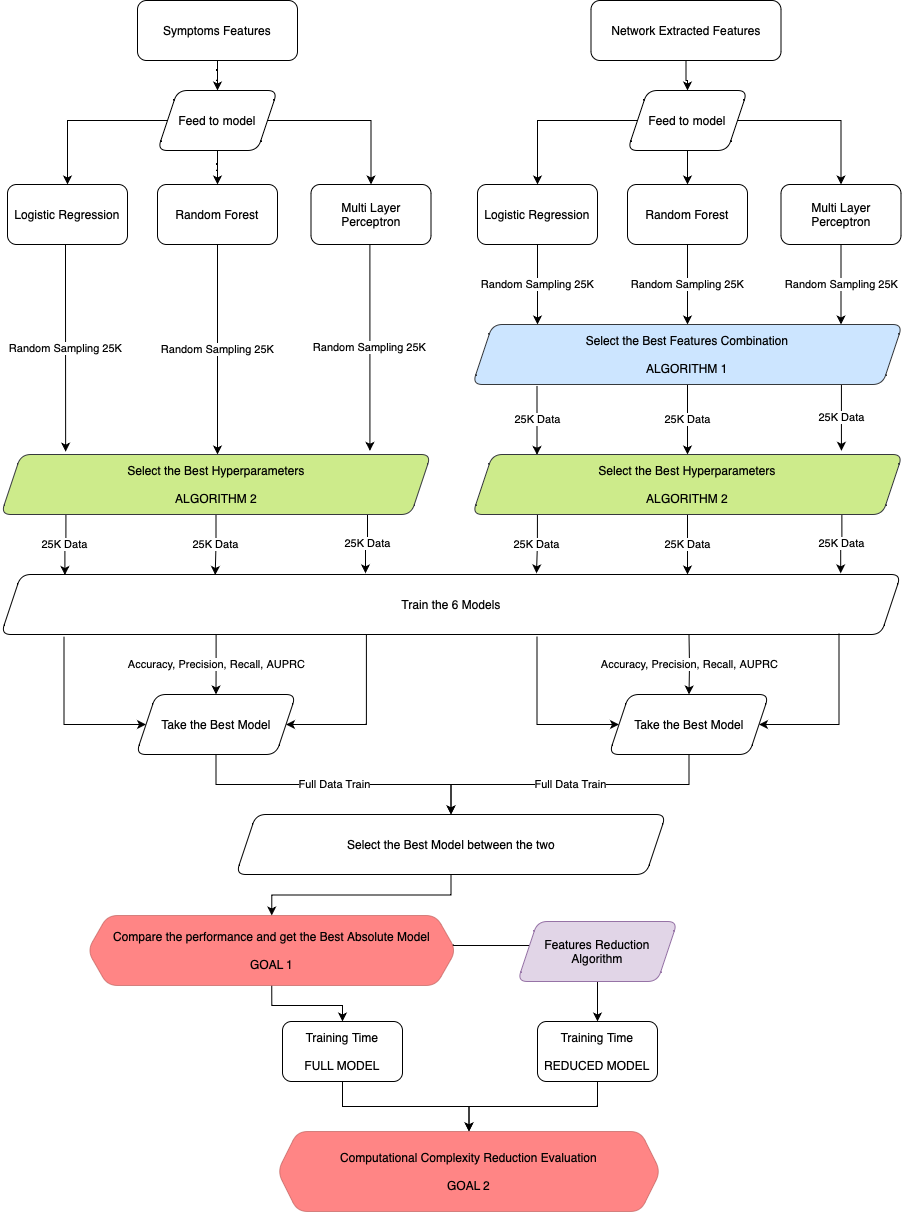
Before: report/images/operational_flow.png, a diagram exported from draw.io (DavideLigari/disease-prediction). Source tidied: cells renumbered, new cells last; positions are measured from the earlier drawing's top-left corner, leaving out a move shared by most shapes.
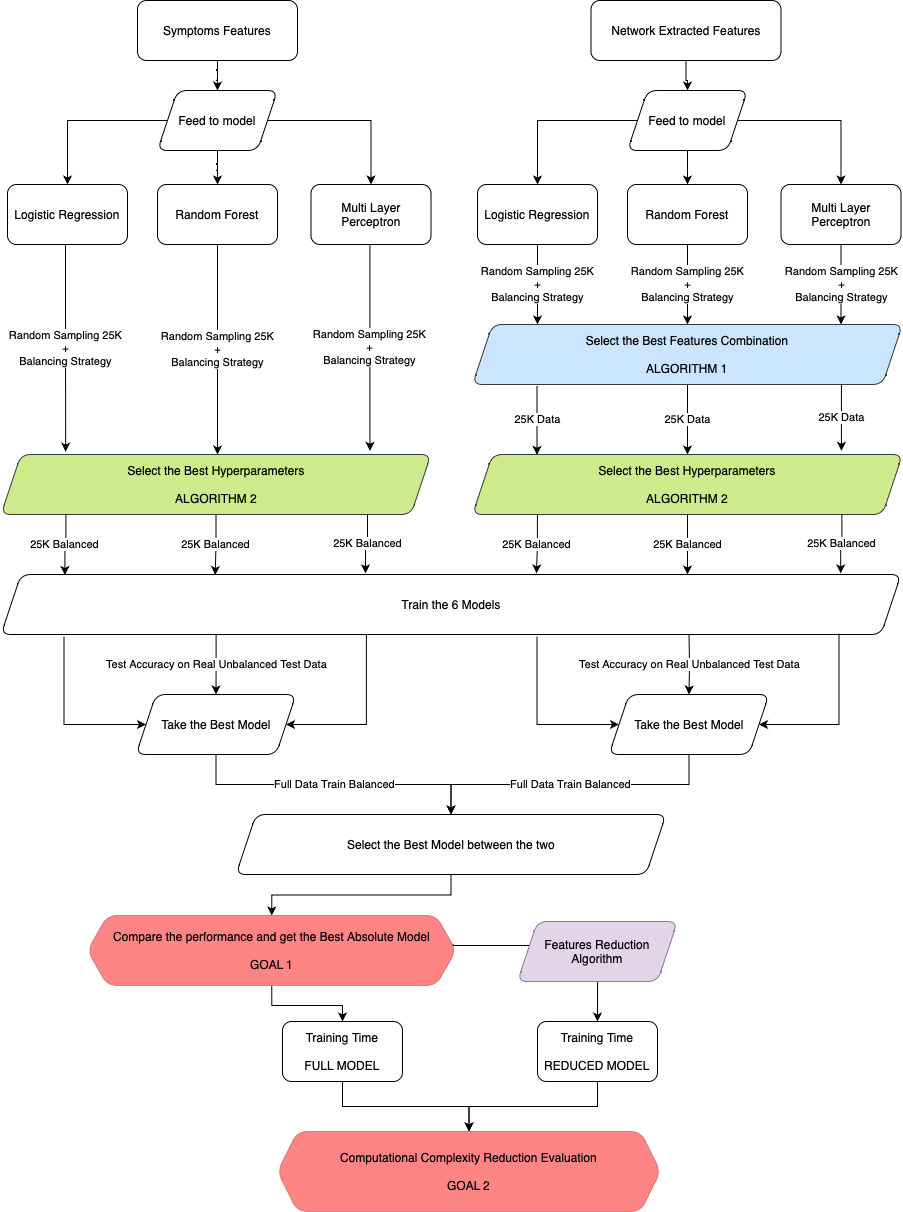
The same file after the commit.

Commit message:
updated operational flow

Diff of the diagram source:
```diff
@@ -52,7 +52,7 @@
     <mxCell id="16" value="Feed to model" style="shape=parallelogram;perimeter=parallelogramPerimeter;whiteSpace=wrap;html=1;fixedSize=1;rounded=1;" parent="1" vertex="1">
       <mxGeometry x="626" y="90" width="120" height="60" as="geometry" />
     </mxCell>
-    <mxCell id="17" value="Random Sampling 25K" style="edgeStyle=orthogonalEdgeStyle;rounded=0;jettySize=auto;html=1;" parent="1" edge="1" source="18" target="26">
+    <mxCell id="17" value="Random Sampling 25K&lt;br style=&quot;border-color: var(--border-color);&quot;&gt;+&lt;br style=&quot;border-color: var(--border-color);&quot;&gt;Balancing Strategy" style="edgeStyle=orthogonalEdgeStyle;rounded=0;jettySize=auto;html=1;" parent="1" edge="1" source="18" target="26">
       <mxGeometry relative="1" as="geometry">
         <Array as="points">
           <mxPoint x="536" y="294" />
@@ -63,13 +63,13 @@
     <mxCell id="18" value="Logistic Regression" style="rounded=1;whiteSpace=wrap;html=1;" parent="1" vertex="1">
       <mxGeometry x="476" y="184" width="120" height="60" as="geometry" />
     </mxCell>
-    <mxCell id="19" value="&lt;span style=&quot;caret-color: rgb(0, 0, 0); color: rgb(0, 0, 0); font-family: Helvetica; font-size: 11px; font-style: normal; font-variant-caps: normal; font-weight: 400; letter-spacing: normal; text-align: center; text-indent: 0px; text-transform: none; word-spacing: 0px; -webkit-text-stroke-width: 0px; background-color: rgb(255, 255, 255); text-decoration: none; float: none; display: inline !important;&quot;&gt;Random Sampling 25K&lt;/span&gt;" style="edgeStyle=orthogonalEdgeStyle;rounded=0;jettySize=auto;html=1;" parent="1" edge="1" source="20" target="26">
+    <mxCell id="19" value="Random Sampling 25K&lt;br style=&quot;border-color: var(--border-color);&quot;&gt;+&lt;br style=&quot;border-color: var(--border-color);&quot;&gt;Balancing Strategy" style="edgeStyle=orthogonalEdgeStyle;rounded=0;jettySize=auto;html=1;" parent="1" edge="1" source="20" target="26">
       <mxGeometry relative="1" as="geometry" />
     </mxCell>
     <mxCell id="20" value="Random Forest" style="rounded=1;whiteSpace=wrap;html=1;" parent="1" vertex="1">
       <mxGeometry x="626" y="184" width="120" height="60" as="geometry" />
     </mxCell>
-    <mxCell id="21" value="&lt;span style=&quot;caret-color: rgb(0, 0, 0); color: rgb(0, 0, 0); font-family: Helvetica; font-size: 11px; font-style: normal; font-variant-caps: normal; font-weight: 400; letter-spacing: normal; text-align: center; text-indent: 0px; text-transform: none; word-spacing: 0px; -webkit-text-stroke-width: 0px; background-color: rgb(255, 255, 255); text-decoration: none; float: none; display: inline !important;&quot;&gt;Random Sampling 25K&lt;/span&gt;" style="edgeStyle=orthogonalEdgeStyle;rounded=0;jettySize=auto;html=1;" parent="1" edge="1" source="22" target="26">
+    <mxCell id="21" value="Random Sampling 25K&lt;br style=&quot;border-color: var(--border-color);&quot;&gt;+&lt;br style=&quot;border-color: var(--border-color);&quot;&gt;Balancing Strategy" style="edgeStyle=orthogonalEdgeStyle;rounded=0;jettySize=auto;html=1;" parent="1" edge="1" source="22" target="26">
       <mxGeometry relative="1" as="geometry">
         <Array as="points">
           <mxPoint x="840" y="304" />
@@ -99,7 +99,7 @@
     <mxCell id="26" value="Select the Best Features Combination&lt;br&gt;&lt;br&gt;ALGORITHM 1" style="shape=parallelogram;perimeter=parallelogramPerimeter;whiteSpace=wrap;html=1;fixedSize=1;rounded=1;fillColor=#cce5ff;strokeColor=#36393d;" parent="1" vertex="1">
       <mxGeometry x="471" y="324" width="430" height="60" as="geometry" />
     </mxCell>
-    <mxCell id="27" value="25K Data" style="edgeStyle=orthogonalEdgeStyle;rounded=0;jettySize=auto;html=1;" parent="1" edge="1" source="30" target="41">
+    <mxCell id="27" value="25K Balanced" style="edgeStyle=orthogonalEdgeStyle;rounded=0;jettySize=auto;html=1;" parent="1" edge="1" source="30" target="41">
       <mxGeometry relative="1" as="geometry">
         <Array as="points">
           <mxPoint x="686" y="564" />
@@ -107,16 +107,16 @@
         </Array>
       </mxGeometry>
     </mxCell>
-    <mxCell id="28" value="25K Data" style="edgeStyle=orthogonalEdgeStyle;rounded=0;jettySize=auto;html=1;entryX=0.595;entryY=-0.019;entryDx=0;entryDy=0;entryPerimeter=0;exitX=0.151;exitY=1.008;exitDx=0;exitDy=0;exitPerimeter=0;" parent="1" edge="1" source="30" target="41">
+    <mxCell id="28" value="25K Balanced" style="edgeStyle=orthogonalEdgeStyle;rounded=0;jettySize=auto;html=1;entryX=0.595;entryY=-0.019;entryDx=0;entryDy=0;entryPerimeter=0;exitX=0.151;exitY=1.008;exitDx=0;exitDy=0;exitPerimeter=0;" parent="1" edge="1" source="30" target="41">
       <mxGeometry relative="1" as="geometry" />
     </mxCell>
-    <mxCell id="29" value="25K Data" style="edgeStyle=orthogonalEdgeStyle;rounded=0;jettySize=auto;html=1;entryX=0.933;entryY=-0.019;entryDx=0;entryDy=0;entryPerimeter=0;exitX=0.859;exitY=0.988;exitDx=0;exitDy=0;exitPerimeter=0;" parent="1" edge="1" source="30" target="41">
+    <mxCell id="29" value="25K Balanced" style="edgeStyle=orthogonalEdgeStyle;rounded=0;jettySize=auto;html=1;entryX=0.933;entryY=-0.019;entryDx=0;entryDy=0;entryPerimeter=0;exitX=0.859;exitY=0.988;exitDx=0;exitDy=0;exitPerimeter=0;" parent="1" edge="1" source="30" target="41">
       <mxGeometry relative="1" as="geometry" />
     </mxCell>
     <mxCell id="30" value="Select the Best Hyperparameters&lt;br&gt;&lt;br&gt;ALGORITHM 2" style="shape=parallelogram;perimeter=parallelogramPerimeter;whiteSpace=wrap;html=1;fixedSize=1;rounded=1;fillColor=#cdeb8b;strokeColor=#36393d;" parent="1" vertex="1">
       <mxGeometry x="471" y="454" width="430" height="60" as="geometry" />
     </mxCell>
-    <mxCell id="31" value="&lt;span style=&quot;caret-color: rgb(0, 0, 0); color: rgb(0, 0, 0); font-family: Helvetica; font-size: 11px; font-style: normal; font-variant-caps: normal; font-weight: 400; letter-spacing: normal; text-align: center; text-indent: 0px; text-transform: none; word-spacing: 0px; -webkit-text-stroke-width: 0px; background-color: rgb(255, 255, 255); text-decoration: none; float: none; display: inline !important;&quot;&gt;Random Sampling 25K&lt;/span&gt;" style="edgeStyle=orthogonalEdgeStyle;rounded=0;jettySize=auto;html=1;exitX=0.5;exitY=1;exitDx=0;exitDy=0;" parent="1" edge="1" source="11" target="37">
+    <mxCell id="31" value="Random Sampling 25K&lt;br style=&quot;border-color: var(--border-color);&quot;&gt;+&lt;br style=&quot;border-color: var(--border-color);&quot;&gt;Balancing Strategy" style="edgeStyle=orthogonalEdgeStyle;rounded=0;jettySize=auto;html=1;exitX=0.5;exitY=1;exitDx=0;exitDy=0;" parent="1" edge="1" source="11" target="37">
       <mxGeometry relative="1" as="geometry">
         <Array as="points">
           <mxPoint x="216" y="404" />
@@ -124,7 +124,7 @@
         </Array>
       </mxGeometry>
     </mxCell>
-    <mxCell id="32" value="&lt;span style=&quot;caret-color: rgb(0, 0, 0); color: rgb(0, 0, 0); font-family: Helvetica; font-size: 11px; font-style: normal; font-variant-caps: normal; font-weight: 400; letter-spacing: normal; text-align: center; text-indent: 0px; text-transform: none; word-spacing: 0px; -webkit-text-stroke-width: 0px; background-color: rgb(255, 255, 255); text-decoration: none; float: none; display: inline !important;&quot;&gt;Random Sampling 25K&lt;/span&gt;" style="edgeStyle=orthogonalEdgeStyle;rounded=0;jettySize=auto;html=1;entryX=0.851;entryY=-0.061;entryDx=0;entryDy=0;entryPerimeter=0;exitX=0.5;exitY=1;exitDx=0;exitDy=0;" parent="1" edge="1" source="12">
+    <mxCell id="32" value="Random Sampling 25K&lt;br style=&quot;border-color: var(--border-color);&quot;&gt;+&lt;br style=&quot;border-color: var(--border-color);&quot;&gt;Balancing Strategy" style="edgeStyle=orthogonalEdgeStyle;rounded=0;jettySize=auto;html=1;entryX=0.851;entryY=-0.061;entryDx=0;entryDy=0;entryPerimeter=0;exitX=0.5;exitY=1;exitDx=0;exitDy=0;" parent="1" edge="1" source="12">
       <mxGeometry relative="1" as="geometry">
         <mxPoint x="368.4" y="450.3" as="targetPoint" />
         <Array as="points">
@@ -132,7 +132,7 @@
         </Array>
       </mxGeometry>
     </mxCell>
-    <mxCell id="33" value="&lt;span style=&quot;caret-color: rgb(0, 0, 0); color: rgb(0, 0, 0); font-family: Helvetica; font-size: 11px; font-style: normal; font-variant-caps: normal; font-weight: 400; letter-spacing: normal; text-align: center; text-indent: 0px; text-transform: none; word-spacing: 0px; -webkit-text-stroke-width: 0px; background-color: rgb(255, 255, 255); text-decoration: none; float: none; display: inline !important;&quot;&gt;Random Sampling 25K&lt;/span&gt;" style="edgeStyle=orthogonalEdgeStyle;rounded=0;jettySize=auto;html=1;entryX=0.155;entryY=-0.047;entryDx=0;entryDy=0;entryPerimeter=0;" parent="1" edge="1" source="10">
+    <mxCell id="33" value="&lt;span style=&quot;caret-color: rgb(0, 0, 0); color: rgb(0, 0, 0); font-family: Helvetica; font-size: 11px; font-style: normal; font-variant-caps: normal; font-weight: 400; letter-spacing: normal; text-align: center; text-indent: 0px; text-transform: none; word-spacing: 0px; -webkit-text-stroke-width: 0px; background-color: rgb(255, 255, 255); text-decoration: none; float: none; display: inline !important;&quot;&gt;Random Sampling 25K&lt;br&gt;+&lt;br&gt;Balancing Strategy&lt;br&gt;&lt;/span&gt;" style="edgeStyle=orthogonalEdgeStyle;rounded=0;jettySize=auto;html=1;entryX=0.155;entryY=-0.047;entryDx=0;entryDy=0;entryPerimeter=0;" parent="1" edge="1" source="10">
       <mxGeometry relative="1" as="geometry">
         <mxPoint x="64.2" y="451.2" as="targetPoint" />
         <Array as="points">
@@ -141,7 +141,7 @@
         </Array>
       </mxGeometry>
     </mxCell>
-    <mxCell id="34" value="25K Data" style="edgeStyle=orthogonalEdgeStyle;rounded=0;jettySize=auto;html=1;entryX=0.405;entryY=-0.019;entryDx=0;entryDy=0;entryPerimeter=0;exitX=0.856;exitY=0.994;exitDx=0;exitDy=0;exitPerimeter=0;" parent="1" edge="1" source="37" target="41">
+    <mxCell id="34" value="25K Balanced" style="edgeStyle=orthogonalEdgeStyle;rounded=0;jettySize=auto;html=1;entryX=0.405;entryY=-0.019;entryDx=0;entryDy=0;entryPerimeter=0;exitX=0.856;exitY=0.994;exitDx=0;exitDy=0;exitPerimeter=0;" parent="1" edge="1" source="37" target="41">
       <mxGeometry relative="1" as="geometry">
         <Array as="points">
           <mxPoint x="366" y="514" />
@@ -149,16 +149,16 @@
         </Array>
       </mxGeometry>
     </mxCell>
-    <mxCell id="35" value="&lt;span style=&quot;caret-color: rgb(0, 0, 0); color: rgb(0, 0, 0); font-family: Helvetica; font-size: 11px; font-style: normal; font-variant-caps: normal; font-weight: 400; letter-spacing: normal; text-align: center; text-indent: 0px; text-transform: none; word-spacing: 0px; -webkit-text-stroke-width: 0px; background-color: rgb(255, 255, 255); text-decoration: none; float: none; display: inline !important;&quot;&gt;25K Data&lt;/span&gt;" style="edgeStyle=orthogonalEdgeStyle;rounded=0;jettySize=auto;html=1;entryX=0.238;entryY=0.008;entryDx=0;entryDy=0;entryPerimeter=0;" parent="1" edge="1" source="37" target="41">
+    <mxCell id="35" value="25K Balanced" style="edgeStyle=orthogonalEdgeStyle;rounded=0;jettySize=auto;html=1;entryX=0.238;entryY=0.008;entryDx=0;entryDy=0;entryPerimeter=0;" parent="1" edge="1" source="37" target="41">
       <mxGeometry relative="1" as="geometry" />
     </mxCell>
-    <mxCell id="36" value="25K Data" style="edgeStyle=orthogonalEdgeStyle;rounded=0;jettySize=auto;html=1;entryX=0.071;entryY=0.008;entryDx=0;entryDy=0;entryPerimeter=0;exitX=0.151;exitY=1.008;exitDx=0;exitDy=0;exitPerimeter=0;" parent="1" edge="1" source="37" target="41">
-      <mxGeometry relative="1" as="geometry" />
+    <mxCell id="36" value="25K Balanced" style="edgeStyle=orthogonalEdgeStyle;rounded=0;jettySize=auto;html=1;entryX=0.071;entryY=0.008;entryDx=0;entryDy=0;entryPerimeter=0;exitX=0.151;exitY=1.008;exitDx=0;exitDy=0;exitPerimeter=0;" parent="1" edge="1" source="37" target="41">
+      <mxGeometry x="0.02" relative="1" as="geometry" />
     </mxCell>
     <mxCell id="37" value="Select the Best Hyperparameters&lt;br&gt;&lt;br&gt;ALGORITHM 2" style="shape=parallelogram;perimeter=parallelogramPerimeter;whiteSpace=wrap;html=1;fixedSize=1;rounded=1;fillColor=#cdeb8b;strokeColor=#36393d;" parent="1" vertex="1">
       <mxGeometry x="-0.5" y="454" width="430" height="60" as="geometry" />
     </mxCell>
-    <mxCell id="38" value="Accuracy, Precision, Recall, AUPRC" style="edgeStyle=orthogonalEdgeStyle;rounded=0;jettySize=auto;html=1;exitX=0.239;exitY=0.994;exitDx=0;exitDy=0;exitPerimeter=0;" parent="1" edge="1" source="41" target="43">
+    <mxCell id="38" value="Test Accuracy on Real Unbalanced Test Data" style="edgeStyle=orthogonalEdgeStyle;rounded=0;jettySize=auto;html=1;exitX=0.239;exitY=0.994;exitDx=0;exitDy=0;exitPerimeter=0;" parent="1" edge="1" source="41" target="43">
       <mxGeometry relative="1" as="geometry" />
     </mxCell>
     <mxCell id="39" style="edgeStyle=orthogonalEdgeStyle;rounded=0;jettySize=auto;html=1;exitX=0.406;exitY=0.981;exitDx=0;exitDy=0;exitPerimeter=0;entryX=1;entryY=0.5;entryDx=0;entryDy=0;" parent="1" edge="1" source="41" target="43">
@@ -178,13 +178,13 @@
     <mxCell id="41" value="Train the 6 Models" style="shape=parallelogram;perimeter=parallelogramPerimeter;whiteSpace=wrap;html=1;fixedSize=1;rounded=1;" parent="1" vertex="1">
       <mxGeometry x="-0.5" y="574" width="900" height="60" as="geometry" />
     </mxCell>
-    <mxCell id="42" value="Full Data Train" style="edgeStyle=orthogonalEdgeStyle;rounded=0;jettySize=auto;html=1;" parent="1" edge="1" source="43" target="50">
+    <mxCell id="42" value="Full Data Train Balanced" style="edgeStyle=orthogonalEdgeStyle;rounded=0;jettySize=auto;html=1;" parent="1" edge="1" source="43" target="50">
       <mxGeometry relative="1" as="geometry" />
     </mxCell>
     <mxCell id="43" value="Take the Best Model" style="shape=parallelogram;perimeter=parallelogramPerimeter;whiteSpace=wrap;html=1;fixedSize=1;rounded=1;" parent="1" vertex="1">
       <mxGeometry x="134.5" y="694" width="160" height="60" as="geometry" />
     </mxCell>
-    <mxCell id="44" value="Accuracy, Precision, Recall, AUPRC" style="edgeStyle=orthogonalEdgeStyle;rounded=0;jettySize=auto;html=1;exitX=0.239;exitY=0.994;exitDx=0;exitDy=0;exitPerimeter=0;" parent="1" edge="1" target="48">
+    <mxCell id="44" value="Test Accuracy on Real Unbalanced Test Data" style="edgeStyle=orthogonalEdgeStyle;rounded=0;jettySize=auto;html=1;exitX=0.239;exitY=0.994;exitDx=0;exitDy=0;exitPerimeter=0;" parent="1" edge="1" target="48">
       <mxGeometry relative="1" as="geometry">
         <mxPoint x="687.5" y="634" as="sourcePoint" />
       </mxGeometry>
@@ -205,7 +205,7 @@
         </Array>
       </mxGeometry>
     </mxCell>
-    <mxCell id="47" value="Full Data Train" style="edgeStyle=orthogonalEdgeStyle;rounded=0;jettySize=auto;html=1;" parent="1" edge="1" source="48" target="50">
+    <mxCell id="47" value="Full Data Train Balanced" style="edgeStyle=orthogonalEdgeStyle;rounded=0;jettySize=auto;html=1;" parent="1" edge="1" source="48" target="50">
       <mxGeometry relative="1" as="geometry" />
     </mxCell>
     <mxCell id="48" value="Take the Best Model" style="shape=parallelogram;perimeter=parallelogramPerimeter;whiteSpace=wrap;html=1;fixedSize=1;rounded=1;" parent="1" vertex="1">
```
